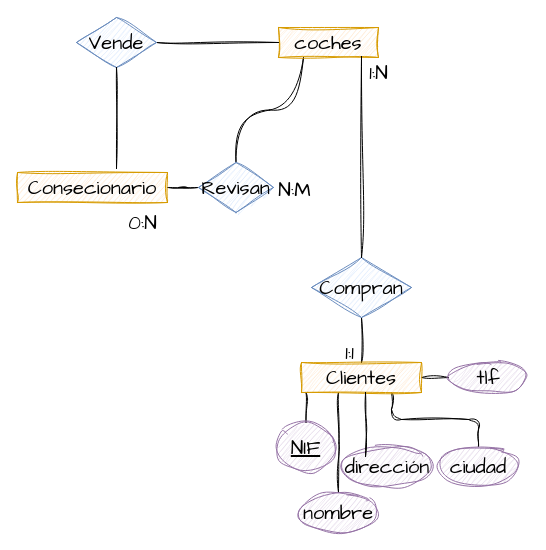
Above: Unidad-1/Tareas/tarea_2_3/tarea6.drawio in toninavhd/Base-datos (draw.io), before the change. Source tidied: cells renumbered, new cells numbered last; positions are measured from the earlier drawing's top-left corner, leaving out a move shared by most shapes. Both pictures are drawn from the tidied source at 100%, with x=0, y=0 at pixel (17, 17).
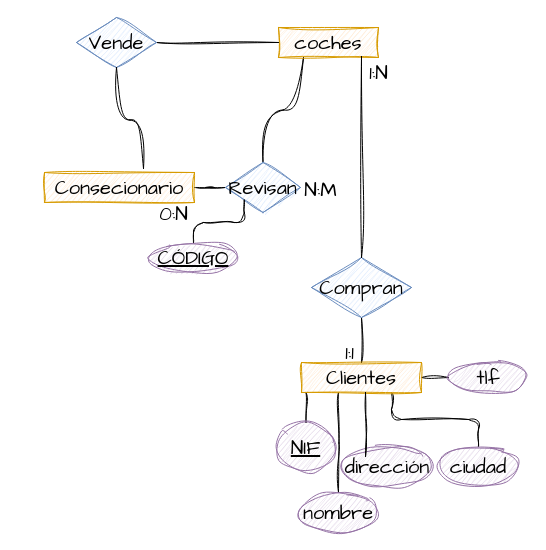
The same diagram, later.

Unchanged cells that the change refers to:
```xml
<mxCell id="20" value="Vende" style="rhombus;whiteSpace=wrap;html=1;sketch=1;hachureGap=4;jiggle=2;curveFitting=1;fontFamily=Architects Daughter;fontSize=20;fillColor=#dae8fc;strokeColor=#6c8ebf;" parent="1" vertex="1">
  <mxGeometry x="59" width="80" height="50" as="geometry" />
</mxCell>
```

Diff of the diagram source:
```diff
@@
     <mxCell id="5" value="Consecionario" style="whiteSpace=wrap;html=1;sketch=1;hachureGap=4;jiggle=2;curveFitting=1;fontFamily=Architects Daughter;fontSize=20;fillColor=#ffe6cc;strokeColor=#d79b00;" parent="1" vertex="1">
-      <mxGeometry y="155" width="150" height="30" as="geometry" />
+      <mxGeometry x="27" y="155" width="150" height="30" as="geometry" />
     </mxCell>
@@
     <mxCell id="14" value="Revisan" style="rhombus;whiteSpace=wrap;html=1;sketch=1;hachureGap=4;jiggle=2;curveFitting=1;fontFamily=Architects Daughter;fontSize=20;fillColor=#dae8fc;strokeColor=#6c8ebf;" parent="1" vertex="1">
-      <mxGeometry x="181" y="145" width="75" height="50" as="geometry" />
+      <mxGeometry x="208" y="145" width="75" height="50" as="geometry" />
     </mxCell>
@@
-    <mxCell id="21" style="edgeStyle=orthogonalEdgeStyle;rounded=0;sketch=1;hachureGap=4;jiggle=2;curveFitting=1;jettySize=auto;html=1;exitX=0.5;exitY=1;exitDx=0;exitDy=0;entryX=0.66;entryY=-0.133;entryDx=0;entryDy=0;entryPerimeter=0;fontFamily=Architects Daughter;fontSize=16;endArrow=none;endFill=0;" parent="1" edge="1" source="20" target="5">
+    <mxCell id="21" style="edgeStyle=orthogonalEdgeStyle;sketch=1;hachureGap=4;jiggle=2;curveFitting=1;jettySize=auto;html=1;exitX=0.5;exitY=1;exitDx=0;exitDy=0;entryX=0.66;entryY=-0.133;entryDx=0;entryDy=0;entryPerimeter=0;fontFamily=Architects Daughter;fontSize=16;endArrow=none;endFill=0;curved=1;" parent="1" edge="1" source="20" target="5">
       <mxGeometry relative="1" as="geometry" />
     </mxCell>
@@
     <mxCell id="26" value="0:N" style="text;html=1;align=center;verticalAlign=middle;strokeColor=none;fillColor=none;fontSize=20;fontFamily=Architects Daughter;" parent="1" vertex="1">
-      <mxGeometry x="100" y="185" width="50" height="40" as="geometry" />
+      <mxGeometry x="131" y="176" width="50" height="40" as="geometry" />
     </mxCell>
     <mxCell id="27" value="N:M" style="text;html=1;align=center;verticalAlign=middle;strokeColor=none;fillColor=none;fontSize=20;fontFamily=Architects Daughter;" parent="1" vertex="1">
-      <mxGeometry x="247" y="152" width="60" height="40" as="geometry" />
+      <mxGeometry x="273" y="152" width="60" height="40" as="geometry" />
     </mxCell>
+    <mxCell id="28" style="edgeStyle=orthogonalEdgeStyle;rounded=1;sketch=1;hachureGap=4;jiggle=2;curveFitting=1;jettySize=auto;html=1;exitX=0.5;exitY=0;exitDx=0;exitDy=0;entryX=0;entryY=1;entryDx=0;entryDy=0;fontFamily=Architects Daughter;fontSize=16;endArrow=none;endFill=0;" parent="1" edge="1" source="29" target="14">
+      <mxGeometry relative="1" as="geometry" />
+    </mxCell>
+    <mxCell id="29" value="&lt;u&gt;CÓDIGO&lt;/u&gt;" style="ellipse;whiteSpace=wrap;html=1;sketch=1;hachureGap=4;jiggle=2;curveFitting=1;fontFamily=Architects Daughter;fontSize=20;fillColor=#e1d5e7;strokeColor=#9673a6;" parent="1" vertex="1">
+      <mxGeometry x="131" y="225" width="90" height="30" as="geometry" />
+    </mxCell>
```
